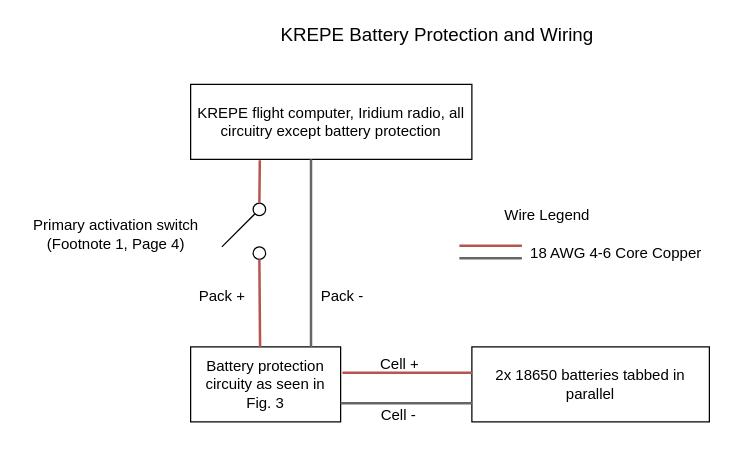
krups/iss-hardware keeps this draw.io diagram as doc/images/krepe-electrical-overview.drawio. Above is the earlier version. Source tidied: cells renumbered, new cells numbered last; positions are measured from the earlier drawing's top-left corner, leaving out a move shared by most shapes. Both pictures are drawn from the tidied source at 125%, with x=0, y=0 at pixel (21, 21).
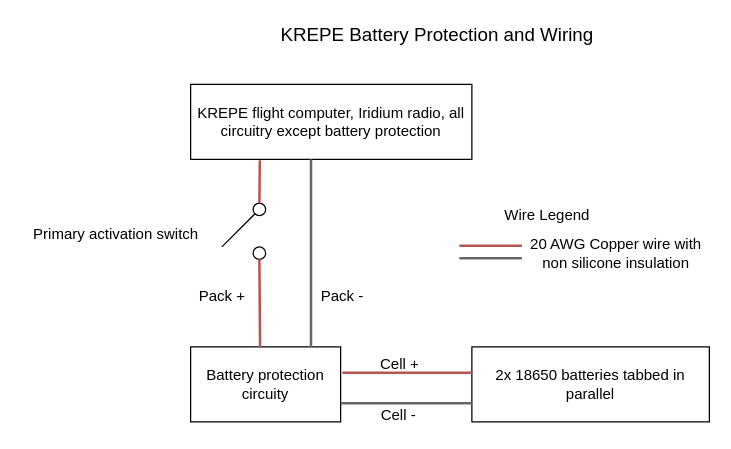
Above is the later version.

Diff of the diagram source:
```diff
@@
-    <mxCell id="3" value="Battery protection circuity as seen in Fig. 3" style="rounded=0;whiteSpace=wrap;html=1;" parent="1" vertex="1">
+    <mxCell id="3" value="Battery protection circuity" style="rounded=0;whiteSpace=wrap;html=1;" parent="1" vertex="1">
       <mxGeometry x="135" y="260" width="120" height="60" as="geometry" />
     </mxCell>
@@
-    <mxCell id="7" value="18 AWG 4-6 Core Copper" style="text;html=1;align=center;verticalAlign=middle;" parent="1" vertex="1">
-      <mxGeometry x="400" y="175" width="150" height="20" as="geometry" />
+    <mxCell id="7" value="20 AWG Copper wire with&lt;br&gt;non silicone insulation" style="text;html=1;align=center;verticalAlign=middle;" parent="1" vertex="1">
+      <mxGeometry x="400" y="170" width="150" height="30" as="geometry" />
     </mxCell>
@@
-    <mxCell id="21" value="&lt;div&gt;Primary activation switch&lt;/div&gt;&lt;div&gt;(Footnote 1, Page 4)&lt;br&gt;&lt;/div&gt;" style="text;html=1;align=center;verticalAlign=middle;" parent="1" vertex="1">
-      <mxGeometry y="155" width="150" height="30" as="geometry" />
+    <mxCell id="21" value="&lt;div&gt;Primary activation switch&lt;/div&gt;" style="text;html=1;align=center;verticalAlign=middle;" parent="1" vertex="1">
+      <mxGeometry y="160" width="150" height="20" as="geometry" />
     </mxCell>
```
